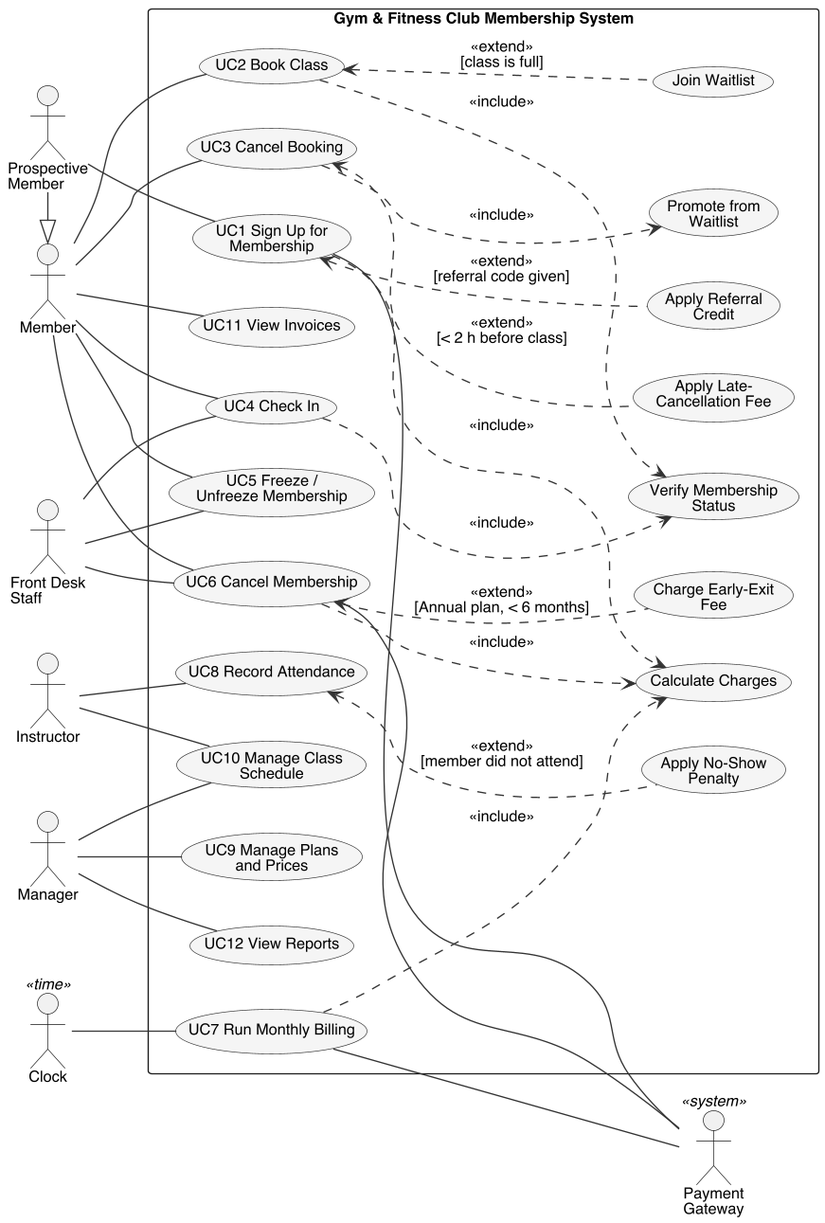
Earlier version of the PlantUML export report/requirements/use-case-diagram.png (CS6451-Advanced-Software-Design/Gym-Membership). The source it was exported from:
```plantuml
@startuml
!include common.iuml
left to right direction
skinparam usecase {
  BackgroundColor #F5F5F5
  BorderColor #333333
}
skinparam actorStyle default
skinparam packageStyle rectangle

actor "Prospective\nMember" as PM
actor Member as M
actor "Front Desk\nStaff" as FD
actor Instructor as I
actor Manager as MG
actor "Clock" <<time>> as C
actor "Payment\nGateway" <<system>> as PG

PM -|> M

rectangle "Gym & Fitness Club Membership System" {
  usecase "UC1 Sign Up for\nMembership" as UC1
  usecase "UC2 Book Class" as UC2
  usecase "UC3 Cancel Booking" as UC3
  usecase "UC11 View Invoices" as UC11
  usecase "UC4 Check In" as UC4
  usecase "UC5 Freeze /\nUnfreeze Membership" as UC5
  usecase "UC6 Cancel Membership" as UC6
  usecase "UC8 Record Attendance" as UC8
  usecase "UC10 Manage Class\nSchedule" as UC10
  usecase "UC9 Manage Plans\nand Prices" as UC9
  usecase "UC12 View Reports" as UC12
  usecase "UC7 Run Monthly Billing" as UC7

  usecase "Verify Membership\nStatus" as VMS
  usecase "Calculate Charges" as CC
  usecase "Promote from\nWaitlist" as PW
  usecase "Join Waitlist" as JW
  usecase "Apply Referral\nCredit" as ARC
  usecase "Apply Late-\nCancellation Fee" as LCF
  usecase "Apply No-Show\nPenalty" as NSP
  usecase "Charge Early-Exit\nFee" as EEF
}

PM -- UC1
M -- UC2
M -- UC3
M -- UC4
M -- UC5
M -- UC6
M -- UC11
FD -- UC4
FD -- UC5
FD -- UC6
C -- UC7
I -- UC8
I -- UC10
MG -- UC9
MG -- UC10
MG -- UC12

UC1 ..> CC : <<include>>
UC2 ..> VMS : <<include>>
UC4 ..> VMS : <<include>>
UC3 ..> PW : <<include>>
UC6 ..> CC : <<include>>
UC7 ..> CC : <<include>>

UC2 <.. JW : <<extend>>\n[class is full]
UC1 <.. ARC : <<extend>>\n[referral code given]
UC3 <.. LCF : <<extend>>\n[< 2 h before class]
UC8 <.. NSP : <<extend>>\n[member did not attend]
UC6 <.. EEF : <<extend>>\n[Annual plan, < 6 months]

UC1 -- PG
UC7 -- PG
UC6 -- PG
@enduml
```
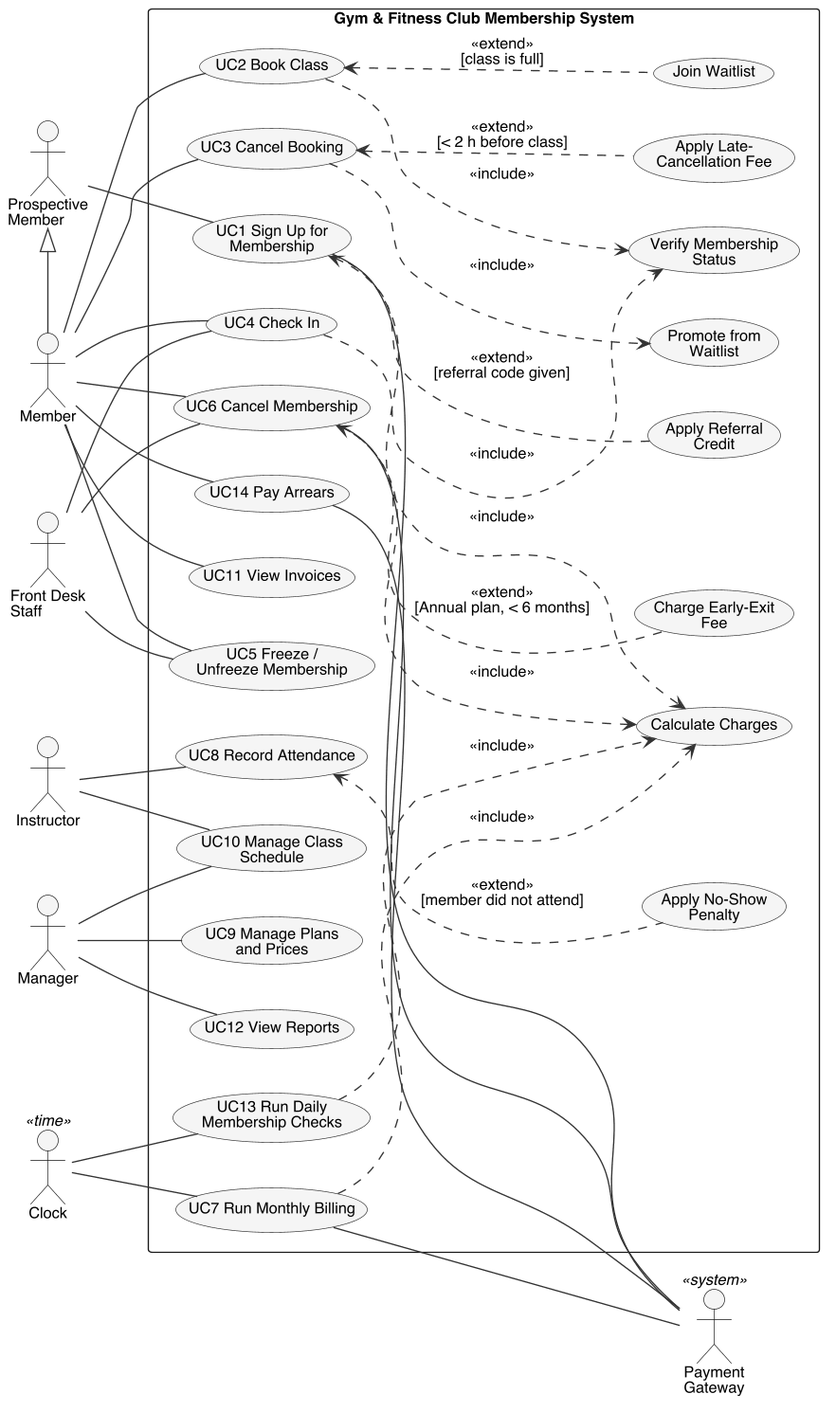
Above is the later version.

Commit message:
docs: give the Clock and arrears their use cases and point the actor generalisation the right way

The state chart's time events (trial end, freeze end, the 60-day
Lapsed timeout) and payArrears had no use case behind them. UC13 and
UC14 add them. Prospective Member specialised Member, which let a
non-member book classes and check in; Member now specialises
Prospective Member instead.

What changed in the source:
```diff
@@ -1,5 +1,5 @@
 @startuml
-!include common.iuml
+!include ../common.iuml
 left to right direction
 skinparam usecase {
   BackgroundColor #F5F5F5
@@ -16,7 +16,7 @@
 actor "Clock" <<time>> as C
 actor "Payment\nGateway" <<system>> as PG
 
-PM -|> M
+PM <|- M
 
 rectangle "Gym & Fitness Club Membership System" {
   usecase "UC1 Sign Up for\nMembership" as UC1
@@ -31,6 +31,8 @@
   usecase "UC9 Manage Plans\nand Prices" as UC9
   usecase "UC12 View Reports" as UC12
   usecase "UC7 Run Monthly Billing" as UC7
+  usecase "UC13 Run Daily\nMembership Checks" as UC13
+  usecase "UC14 Pay Arrears" as UC14
 
   usecase "Verify Membership\nStatus" as VMS
   usecase "Calculate Charges" as CC
@@ -53,6 +55,8 @@
 FD -- UC5
 FD -- UC6
 C -- UC7
+C -- UC13
+M -- UC14
 I -- UC8
 I -- UC10
 MG -- UC9
@@ -65,6 +69,7 @@
 UC3 ..> PW : <<include>>
 UC6 ..> CC : <<include>>
 UC7 ..> CC : <<include>>
+UC13 ..> CC : <<include>>
 
 UC2 <.. JW : <<extend>>\n[class is full]
 UC1 <.. ARC : <<extend>>\n[referral code given]
@@ -75,4 +80,5 @@
 UC1 -- PG
 UC7 -- PG
 UC6 -- PG
+UC14 -- PG
 @enduml
```
